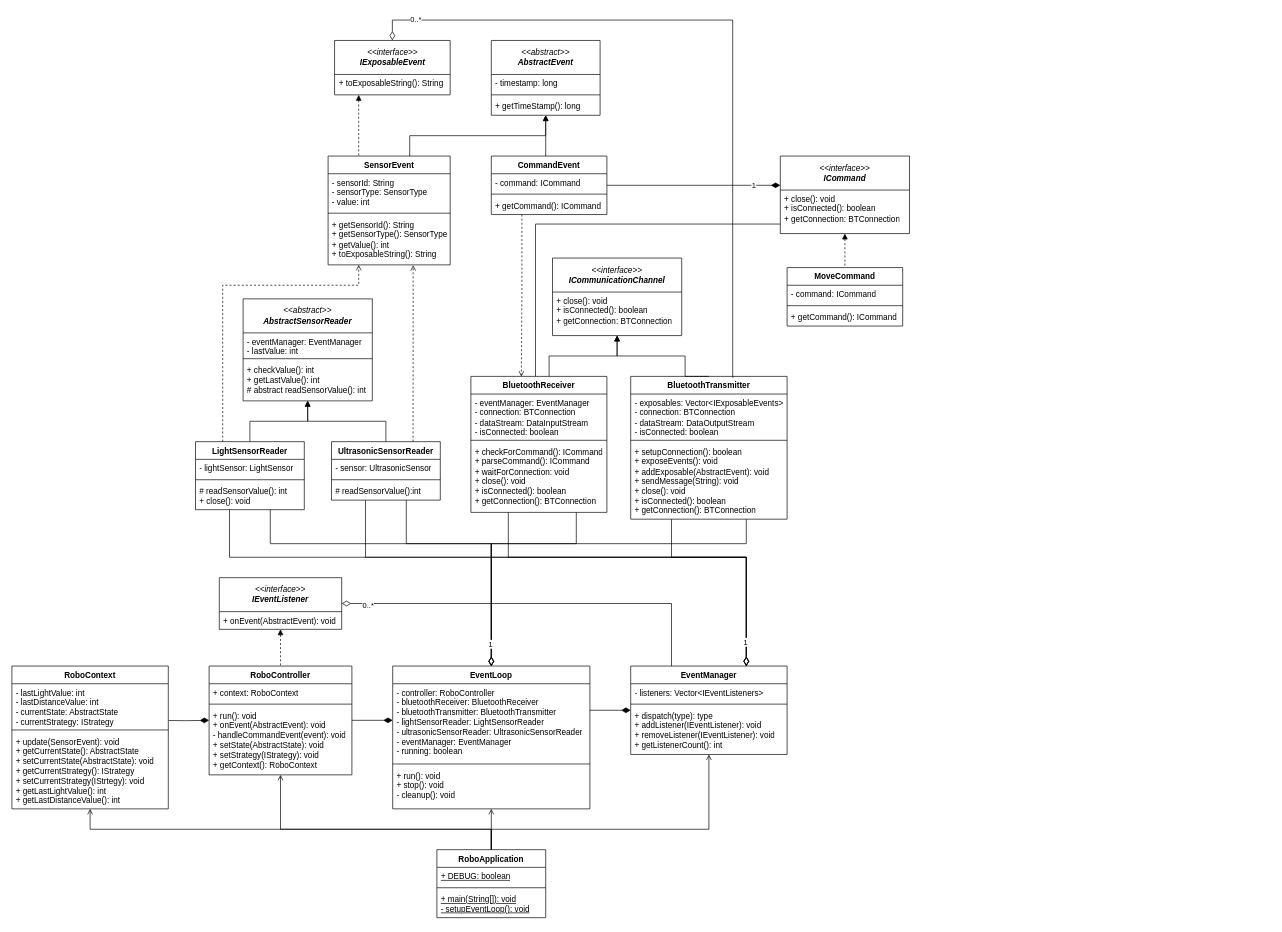
This is assets/diagrams/class-diagram/core-class-diagram.drawio.xml from fh-dualies/lejos-nxj-autonomous-robot, a draw.io file, before an edit. Source tidied: cells renumbered, new cells numbered last; positions are measured from the earlier drawing's top-left corner, leaving out a move shared by most shapes. Both pictures are drawn from the tidied source at 68%, with x=0, y=0 at pixel (12, 20).
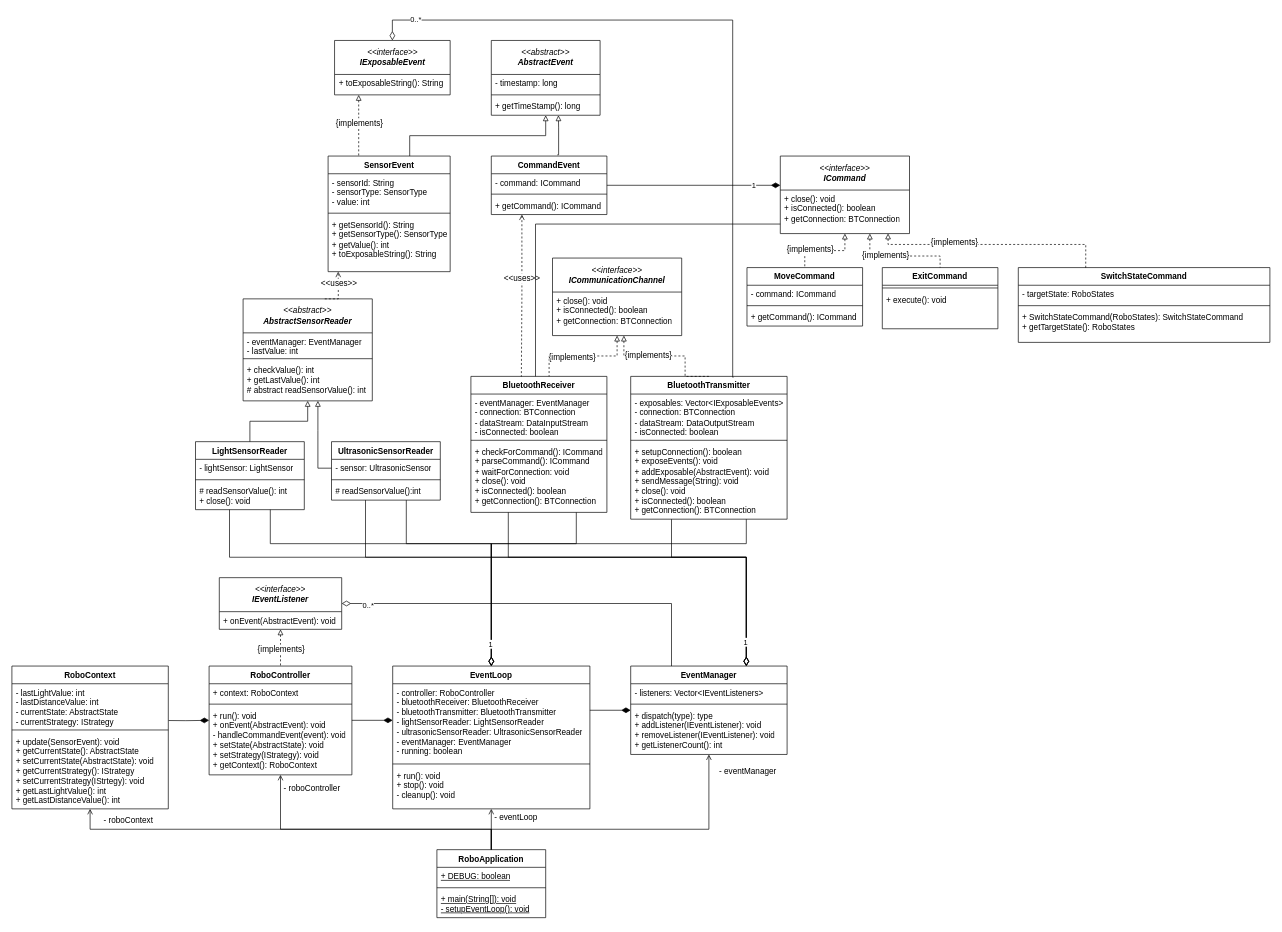
The same page after the edit.

Commit message:
refactor: adjustments to core class diagram

The change refers to these unchanged cells:
```xml
<mxCell id="7" style="edgeStyle=orthogonalEdgeStyle;rounded=0;jettySize=auto;html=1;endArrow=none;startFill=0;endFill=0;startArrow=open;" parent="1" edge="1" source="8" target="2">
  <mxGeometry relative="1" as="geometry" />
</mxCell>
<mxCell id="13" style="edgeStyle=orthogonalEdgeStyle;rounded=0;jettySize=auto;html=1;endArrow=none;startFill=0;endFill=0;startArrow=open;" parent="1" edge="1" source="16" target="2">
  <mxGeometry relative="1" as="geometry">
    <Array as="points">
      <mxPoint x="1025" y="1190" />
      <mxPoint x="705" y="1190" />
    </Array>
  </mxGeometry>
</mxCell>
<mxCell id="21" value="&lt;div&gt;&lt;i style=&quot;font-weight: normal;&quot;&gt;&amp;lt;&amp;lt;interface&amp;gt;&amp;gt;&lt;/i&gt;&lt;/div&gt;&lt;i&gt;IEventListener&lt;/i&gt;" style="swimlane;fontStyle=1;align=center;verticalAlign=middle;horizontal=1;startSize=50;whiteSpace=wrap;html=1;fillColor=none;" parent="1" vertex="1">
  <mxGeometry x="305" y="820" width="180" height="76" as="geometry" />
</mxCell>
<mxCell id="24" value="&lt;div&gt;&lt;i style=&quot;font-weight: normal;&quot;&gt;&amp;lt;&amp;lt;abstract&amp;gt;&amp;gt;&lt;/i&gt;&lt;/div&gt;&lt;i&gt;AbstractEvent&lt;/i&gt;" style="swimlane;fontStyle=1;align=center;verticalAlign=middle;horizontal=1;startSize=50;whiteSpace=wrap;html=1;fillColor=none;" parent="1" vertex="1">
  <mxGeometry x="705" y="30" width="160" height="110" as="geometry" />
</mxCell>
<mxCell id="27" value="+ getTimeStamp(): long" style="text;strokeColor=none;fillColor=none;align=left;verticalAlign=top;spacingLeft=4;spacingRight=4;overflow=hidden;points=[[0,0.5],[1,0.5]];portConstraint=eastwest;whiteSpace=wrap;html=1;" parent="24" vertex="1">
  <mxGeometry y="84" width="160" height="26" as="geometry" />
</mxCell>
<mxCell id="33" value="CommandEvent" style="swimlane;fontStyle=1;align=center;verticalAlign=top;horizontal=1;startSize=26;whiteSpace=wrap;html=1;fillColor=none;" parent="1" vertex="1">
  <mxGeometry x="705" y="200" width="170" height="86" as="geometry" />
</mxCell>
<mxCell id="37" style="edgeStyle=orthogonalEdgeStyle;rounded=0;jettySize=auto;html=1;entryX=0.5;entryY=0;entryDx=0;entryDy=0;endArrow=none;startFill=0;endFill=0;startArrow=open;" parent="1" edge="1" source="38" target="2">
  <mxGeometry relative="1" as="geometry">
    <Array as="points">
      <mxPoint x="395" y="1190" />
      <mxPoint x="705" y="1190" />
    </Array>
  </mxGeometry>
</mxCell>
<mxCell id="38" value="RoboController" style="swimlane;fontStyle=1;align=center;verticalAlign=top;horizontal=1;startSize=26;whiteSpace=wrap;html=1;fillColor=none;" parent="1" vertex="1">
  <mxGeometry x="290" y="950" width="210" height="160" as="geometry" />
</mxCell>
<mxCell id="43" value="&lt;div&gt;&lt;i style=&quot;font-weight: normal;&quot;&gt;&amp;lt;&amp;lt;abstract&amp;gt;&amp;gt;&lt;/i&gt;&lt;/div&gt;&lt;i&gt;AbstractSensorReader&lt;/i&gt;" style="swimlane;fontStyle=1;align=center;verticalAlign=middle;horizontal=1;startSize=50;whiteSpace=wrap;html=1;fillColor=none;" parent="1" vertex="1">
  <mxGeometry x="340" y="410" width="190" height="150" as="geometry" />
</mxCell>
<mxCell id="49" value="LightSensorReader" style="swimlane;fontStyle=1;align=center;verticalAlign=top;horizontal=1;startSize=26;whiteSpace=wrap;html=1;fillColor=none;" parent="1" vertex="1">
  <mxGeometry x="270" y="620" width="160" height="100" as="geometry" />
</mxCell>
<mxCell id="57" value="UltrasonicSensorReader" style="swimlane;fontStyle=1;align=center;verticalAlign=top;horizontal=1;startSize=26;whiteSpace=wrap;html=1;fillColor=none;" parent="1" vertex="1">
  <mxGeometry x="470" y="620" width="160" height="86" as="geometry" />
</mxCell>
<mxCell id="58" value="- sensor: UltrasonicSensor" style="text;strokeColor=none;fillColor=none;align=left;verticalAlign=top;spacingLeft=4;spacingRight=4;overflow=hidden;points=[[0,0.5],[1,0.5]];portConstraint=eastwest;whiteSpace=wrap;html=1;" parent="57" vertex="1">
  <mxGeometry y="26" width="160" height="26" as="geometry" />
</mxCell>
<mxCell id="61" style="edgeStyle=orthogonalEdgeStyle;rounded=0;jettySize=auto;html=1;endArrow=none;startFill=0;endFill=0;startArrow=open;" parent="1" edge="1" source="62" target="2">
  <mxGeometry relative="1" as="geometry">
    <Array as="points">
      <mxPoint x="115" y="1190" />
      <mxPoint x="705" y="1190" />
    </Array>
  </mxGeometry>
</mxCell>
<mxCell id="67" value="&lt;div&gt;&lt;i style=&quot;font-weight: normal;&quot;&gt;&amp;lt;&amp;lt;interface&amp;gt;&amp;gt;&lt;/i&gt;&lt;/div&gt;&lt;i&gt;IExposableEvent&lt;/i&gt;" style="swimlane;fontStyle=1;align=center;verticalAlign=middle;horizontal=1;startSize=50;whiteSpace=wrap;html=1;fillColor=none;" parent="1" vertex="1">
  <mxGeometry x="474.5" y="30" width="170" height="80" as="geometry" />
</mxCell>
<mxCell id="71" value="&lt;div&gt;&lt;span style=&quot;font-weight: normal;&quot;&gt;&lt;i&gt;&amp;lt;&amp;lt;interface&amp;gt;&amp;gt;&lt;/i&gt;&lt;/span&gt;&lt;/div&gt;&lt;i&gt;ICommunicationChannel&lt;/i&gt;" style="swimlane;fontStyle=1;align=center;verticalAlign=middle;horizontal=1;startSize=50;whiteSpace=wrap;html=1;fillColor=none;" parent="1" vertex="1">
  <mxGeometry x="795" y="350" width="190" height="114" as="geometry" />
</mxCell>
<mxCell id="75" value="BluetoothReceiver" style="swimlane;fontStyle=1;align=center;verticalAlign=top;horizontal=1;startSize=26;whiteSpace=wrap;html=1;fillColor=none;" parent="1" vertex="1">
  <mxGeometry x="675" y="524" width="200" height="200" as="geometry" />
</mxCell>
<mxCell id="85" value="BluetoothTransmitter" style="swimlane;fontStyle=1;align=center;verticalAlign=top;horizontal=1;startSize=26;whiteSpace=wrap;html=1;fillColor=none;" parent="1" vertex="1">
  <mxGeometry x="910" y="524" width="230" height="210" as="geometry" />
</mxCell>
<mxCell id="93" value="&lt;div&gt;&lt;span style=&quot;font-weight: normal;&quot;&gt;&lt;i&gt;&amp;lt;&amp;lt;interface&amp;gt;&amp;gt;&lt;/i&gt;&lt;/span&gt;&lt;/div&gt;&lt;i&gt;ICommand&lt;/i&gt;" style="swimlane;fontStyle=1;align=center;verticalAlign=middle;horizontal=1;startSize=50;whiteSpace=wrap;html=1;fillColor=none;" parent="1" vertex="1">
  <mxGeometry x="1130" y="200" width="190" height="114" as="geometry" />
</mxCell>
<mxCell id="94" value="+ close(): void&lt;div&gt;+ isConnected(): boolean&lt;/div&gt;&lt;div&gt;+ getConnection: BTConnection&lt;/div&gt;" style="text;strokeColor=none;fillColor=none;align=left;verticalAlign=top;spacingLeft=4;spacingRight=4;overflow=hidden;points=[[0,0.5],[1,0.5]];portConstraint=eastwest;whiteSpace=wrap;html=1;" parent="93" vertex="1">
  <mxGeometry y="50" width="190" height="64" as="geometry" />
</mxCell>
```

Diff of the diagram source:
```diff
@@
+    <mxCell id="102" value="- eventLoop" style="edgeLabel;html=1;align=center;verticalAlign=middle;fontSize=12;" parent="7" vertex="1">
+      <mxGeometry x="-0.6" relative="1" as="geometry">
+        <mxPoint x="35" as="offset" />
+      </mxGeometry>
+    </mxCell>
@@
+    <mxCell id="103" value="- eventManager" style="edgeLabel;html=1;align=center;verticalAlign=middle;fontSize=12;" parent="13" vertex="1">
+      <mxGeometry x="-0.93" y="1" relative="1" as="geometry">
+        <mxPoint x="55" y="8" as="offset" />
+      </mxGeometry>
+    </mxCell>
@@
-    <mxCell id="20" style="edgeStyle=orthogonalEdgeStyle;rounded=0;jettySize=auto;html=1;endArrow=none;startFill=1;startArrow=block;dashed=1;" parent="1" edge="1" source="21" target="38">
+    <mxCell id="20" style="edgeStyle=orthogonalEdgeStyle;rounded=0;jettySize=auto;html=1;endArrow=none;startFill=0;startArrow=block;dashed=1;" parent="1" edge="1" source="21" target="38">
       <mxGeometry relative="1" as="geometry" />
     </mxCell>
+    <mxCell id="104" value="{implements}" style="edgeLabel;html=1;align=center;verticalAlign=middle;fontSize=12;" parent="20" vertex="1">
+      <mxGeometry x="0.09" relative="1" as="geometry" />
+    </mxCell>
@@
-    <mxCell id="23" style="edgeStyle=orthogonalEdgeStyle;rounded=0;jettySize=auto;html=1;endArrow=none;startFill=1;startArrow=block;" parent="1" edge="1" source="24" target="28">
+    <mxCell id="23" style="edgeStyle=orthogonalEdgeStyle;rounded=0;jettySize=auto;html=1;endArrow=none;startFill=0;startArrow=block;" parent="1" edge="1" source="24" target="28">
       <mxGeometry relative="1" as="geometry">
         <Array as="points">
           <mxPoint x="785" y="170" />
           <mxPoint x="585" y="170" />
         </Array>
       </mxGeometry>
     </mxCell>
@@
     <mxCell id="28" value="SensorEvent" style="swimlane;fontStyle=1;align=center;verticalAlign=top;horizontal=1;startSize=26;whiteSpace=wrap;html=1;fillColor=none;" parent="1" vertex="1">
-      <mxGeometry x="465" y="200" width="179.5" height="160" as="geometry" />
+      <mxGeometry x="465" y="200" width="179.5" height="170" as="geometry" />
     </mxCell>
@@
     <mxCell id="31" value="+ getSensorId(): String&lt;div&gt;+ getSensorType(): SensorType&lt;/div&gt;&lt;div&gt;+ getValue(): int&lt;/div&gt;&lt;div&gt;+ toExposableString(): String&lt;/div&gt;" style="text;strokeColor=none;fillColor=none;align=left;verticalAlign=top;spacingLeft=4;spacingRight=4;overflow=hidden;points=[[0,0.5],[1,0.5]];portConstraint=eastwest;whiteSpace=wrap;html=1;" parent="28" vertex="1">
-      <mxGeometry y="88" width="179.5" height="72" as="geometry" />
+      <mxGeometry y="88" width="179.5" height="82" as="geometry" />
     </mxCell>
-    <mxCell id="32" style="edgeStyle=orthogonalEdgeStyle;rounded=0;jettySize=auto;html=1;entryX=0.371;entryY=0.002;entryDx=0;entryDy=0;endArrow=open;startFill=0;dashed=1;entryPerimeter=0;endFill=0;" parent="1" edge="1" source="33" target="75">
+    <mxCell id="32" style="edgeStyle=orthogonalEdgeStyle;rounded=0;jettySize=auto;html=1;entryX=0.371;entryY=0.002;entryDx=0;entryDy=0;endArrow=none;startFill=0;dashed=1;entryPerimeter=0;endFill=0;startArrow=open;" parent="1" edge="1" source="33" target="75">
       <mxGeometry relative="1" as="geometry">
         <Array as="points">
           <mxPoint x="750" y="405" />
           <mxPoint x="749" y="405" />
         </Array>
       </mxGeometry>
     </mxCell>
+    <mxCell id="105" value="&amp;lt;&amp;lt;uses&amp;gt;&amp;gt;" style="edgeLabel;html=1;align=center;verticalAlign=middle;fontSize=12;" parent="32" vertex="1">
+      <mxGeometry x="-0.22" y="-1" relative="1" as="geometry" />
+    </mxCell>
@@
+    <mxCell id="106" value="- roboController" style="edgeLabel;html=1;align=center;verticalAlign=middle;fontSize=12;" parent="37" vertex="1">
+      <mxGeometry x="-0.94" y="-2" relative="1" as="geometry">
+        <mxPoint x="47" y="6" as="offset" />
+      </mxGeometry>
+    </mxCell>
@@
-    <mxCell id="42" style="edgeStyle=orthogonalEdgeStyle;rounded=0;jettySize=auto;html=1;entryX=0.5;entryY=0;entryDx=0;entryDy=0;endArrow=none;startFill=1;startArrow=block;" parent="1" edge="1" source="43" target="49">
+    <mxCell id="42" style="edgeStyle=orthogonalEdgeStyle;rounded=0;jettySize=auto;html=1;entryX=0.5;entryY=0;entryDx=0;entryDy=0;endArrow=none;startFill=0;startArrow=block;" parent="1" edge="1" source="43" target="49">
       <mxGeometry relative="1" as="geometry" />
     </mxCell>
@@
-    <mxCell id="53" style="edgeStyle=orthogonalEdgeStyle;rounded=0;jettySize=auto;html=1;entryX=0.5;entryY=1;entryDx=0;entryDy=0;" parent="1" edge="1" source="57" target="43">
-      <mxGeometry relative="1" as="geometry" />
+    <mxCell id="53" style="edgeStyle=orthogonalEdgeStyle;rounded=0;jettySize=auto;html=1;endArrow=block;endFill=0;exitX=0;exitY=0.5;exitDx=0;exitDy=0;" parent="1" edge="1" source="58">
+      <mxGeometry relative="1" as="geometry">
+        <mxPoint x="450" y="560" as="targetPoint" />
+      </mxGeometry>
     </mxCell>
-    <mxCell id="54" style="edgeStyle=orthogonalEdgeStyle;rounded=0;jettySize=auto;html=1;entryX=0.697;entryY=1.006;entryDx=0;entryDy=0;entryPerimeter=0;endArrow=open;startFill=0;dashed=1;endFill=0;" parent="1" edge="1" source="57" target="31">
-      <mxGeometry relative="1" as="geometry">
-        <Array as="points">
-          <mxPoint x="590" y="570" />
-          <mxPoint x="590" y="570" />
-        </Array>
-      </mxGeometry>
-    </mxCell>
@@
+    <mxCell id="107" value="- roboContext" style="edgeLabel;html=1;align=center;verticalAlign=middle;fontSize=12;" parent="61" vertex="1">
+      <mxGeometry x="-0.95" y="-2" relative="1" as="geometry">
+        <mxPoint x="57" as="offset" />
+      </mxGeometry>
+    </mxCell>
@@
-    <mxCell id="66" style="edgeStyle=orthogonalEdgeStyle;rounded=0;jettySize=auto;html=1;endArrow=none;startFill=1;startArrow=block;dashed=1;" parent="1" edge="1" source="67" target="28">
+    <mxCell id="66" style="edgeStyle=orthogonalEdgeStyle;rounded=0;jettySize=auto;html=1;endArrow=none;startFill=0;startArrow=block;dashed=1;" parent="1" edge="1" source="67" target="28">
       <mxGeometry relative="1" as="geometry">
         <Array as="points">
           <mxPoint x="510" y="160" />
           <mxPoint x="510" y="160" />
         </Array>
       </mxGeometry>
     </mxCell>
+    <mxCell id="108" value="{implements}" style="edgeLabel;html=1;align=center;verticalAlign=middle;fontSize=12;" parent="66" vertex="1">
+      <mxGeometry x="-0.1" relative="1" as="geometry" />
+    </mxCell>
@@
-    <mxCell id="69" style="edgeStyle=orthogonalEdgeStyle;rounded=0;jettySize=auto;html=1;endArrow=none;startFill=1;startArrow=block;" parent="1" edge="1" source="71" target="75">
+    <mxCell id="69" style="edgeStyle=orthogonalEdgeStyle;rounded=0;jettySize=auto;html=1;endArrow=none;startFill=0;startArrow=block;dashed=1;" parent="1" edge="1" source="71" target="75">
       <mxGeometry relative="1" as="geometry">
         <Array as="points">
           <mxPoint x="890" y="494" />
           <mxPoint x="790" y="494" />
         </Array>
       </mxGeometry>
     </mxCell>
+    <mxCell id="109" value="{implements}" style="edgeLabel;html=1;align=center;verticalAlign=middle;fontSize=12;" parent="69" vertex="1">
+      <mxGeometry x="0.21" y="1" relative="1" as="geometry" />
+    </mxCell>
-    <mxCell id="70" style="edgeStyle=orthogonalEdgeStyle;rounded=0;jettySize=auto;html=1;entryX=0.5;entryY=0;entryDx=0;entryDy=0;endArrow=none;startFill=1;startArrow=block;" parent="1" edge="1" source="71" target="85">
+    <mxCell id="70" style="edgeStyle=orthogonalEdgeStyle;rounded=0;jettySize=auto;html=1;entryX=0.5;entryY=0;entryDx=0;entryDy=0;endArrow=none;startFill=0;startArrow=block;dashed=1;" parent="1" edge="1" source="71" target="85">
       <mxGeometry relative="1" as="geometry">
         <Array as="points">
-          <mxPoint x="890" y="494" />
+          <mxPoint x="900" y="494" />
           <mxPoint x="990" y="494" />
+          <mxPoint x="990" y="524" />
         </Array>
       </mxGeometry>
     </mxCell>
+    <mxCell id="110" value="{implements}" style="edgeLabel;html=1;align=center;verticalAlign=middle;fontSize=12;" parent="70" vertex="1">
+      <mxGeometry x="-0.3" y="2" relative="1" as="geometry" />
+    </mxCell>
@@
-    <mxCell id="90" style="edgeStyle=orthogonalEdgeStyle;rounded=0;jettySize=auto;html=1;dashed=1;endArrow=open;startFill=0;endFill=0;" parent="1" edge="1" source="49">
-      <mxGeometry relative="1" as="geometry">
-        <mxPoint x="510" y="360" as="targetPoint" />
-        <Array as="points">
-          <mxPoint x="310" y="390" />
-          <mxPoint x="510" y="390" />
-        </Array>
-      </mxGeometry>
-    </mxCell>
-    <mxCell id="91" style="edgeStyle=orthogonalEdgeStyle;rounded=0;jettySize=auto;html=1;entryX=0.5;entryY=1;entryDx=0;entryDy=0;entryPerimeter=0;" parent="1" edge="1" source="33" target="27">
+    <mxCell id="91" style="edgeStyle=orthogonalEdgeStyle;rounded=0;orthogonalLoop=1;jettySize=auto;html=1;entryX=0.617;entryY=1.054;entryDx=0;entryDy=0;entryPerimeter=0;endArrow=block;endFill=0;exitX=0.571;exitY=-0.005;exitDx=0;exitDy=0;exitPerimeter=0;" parent="1" edge="1">
       <mxGeometry relative="1" as="geometry">
+        <mxPoint x="802.1" y="198.2" as="sourcePoint" />
+        <mxPoint x="803.7" y="140" as="targetPoint" />
         <Array as="points">
-          <mxPoint x="785" y="180" />
-          <mxPoint x="785" y="180" />
+          <mxPoint x="804" y="198.6" />
+          <mxPoint x="804" y="158.6" />
+          <mxPoint x="804" y="158.6" />
         </Array>
       </mxGeometry>
     </mxCell>
-    <mxCell id="92" style="edgeStyle=orthogonalEdgeStyle;rounded=0;jettySize=auto;html=1;entryX=0.5;entryY=0;entryDx=0;entryDy=0;endArrow=none;startFill=1;startArrow=block;dashed=1;" parent="1" edge="1" source="93" target="95">
+    <mxCell id="92" style="edgeStyle=orthogonalEdgeStyle;rounded=0;jettySize=auto;html=1;entryX=0.5;entryY=0;entryDx=0;entryDy=0;endArrow=none;startFill=0;startArrow=block;dashed=1;" parent="1" edge="1" source="93" target="95">
       <mxGeometry relative="1" as="geometry" />
     </mxCell>
+    <mxCell id="111" value="{implements}" style="edgeLabel;html=1;align=center;verticalAlign=middle;fontSize=12;" parent="92" vertex="1">
+      <mxGeometry x="0.42" y="-2" relative="1" as="geometry" />
+    </mxCell>
@@
     <mxCell id="95" value="MoveCommand" style="swimlane;fontStyle=1;align=center;verticalAlign=top;horizontal=1;startSize=26;whiteSpace=wrap;html=1;fillColor=none;" parent="1" vertex="1">
-      <mxGeometry x="1140" y="364" width="170" height="86" as="geometry" />
+      <mxGeometry x="1081" y="364" width="170" height="86" as="geometry" />
     </mxCell>
@@
+    <mxCell id="112" value="ExitCommand" style="swimlane;fontStyle=1;align=center;verticalAlign=top;horizontal=1;startSize=26;whiteSpace=wrap;html=1;fillColor=none;" parent="1" vertex="1">
+      <mxGeometry x="1280" y="364" width="170" height="90" as="geometry" />
+    </mxCell>
+    <mxCell id="113" style="line;strokeWidth=1;fillColor=none;align=left;verticalAlign=middle;spacingTop=-1;spacingLeft=3;spacingRight=3;labelPosition=right;strokeColor=inherit;" parent="112" vertex="1">
+      <mxGeometry y="26" width="170" height="8" as="geometry" />
+    </mxCell>
+    <mxCell id="114" value="+ execute(): void" style="text;strokeColor=none;fillColor=none;align=left;verticalAlign=top;spacingLeft=4;spacingRight=4;overflow=hidden;whiteSpace=wrap;html=1;" parent="112" vertex="1">
+      <mxGeometry y="34" width="170" height="56" as="geometry" />
+    </mxCell>
+    <mxCell id="115" style="edgeStyle=orthogonalEdgeStyle;rounded=0;jettySize=auto;html=1;entryX=0.5;entryY=0;entryDx=0;entryDy=0;endArrow=none;startFill=0;startArrow=block;dashed=1;exitX=0.693;exitY=1.047;exitDx=0;exitDy=0;exitPerimeter=0;" parent="1" edge="1" target="112">
+      <mxGeometry relative="1" as="geometry">
+        <mxPoint x="1261.7" y="314" as="sourcePoint" />
+        <Array as="points">
+          <mxPoint x="1262" y="347" />
+          <mxPoint x="1365" y="347" />
+        </Array>
+      </mxGeometry>
+    </mxCell>
+    <mxCell id="116" value="{implements}" style="edgeLabel;html=1;align=center;verticalAlign=middle;fontSize=12;" parent="115" vertex="1">
+      <mxGeometry x="-0.27" y="1" relative="1" as="geometry" />
+    </mxCell>
+    <mxCell id="117" value="SwitchStateCommand" style="swimlane;fontStyle=1;align=center;verticalAlign=top;horizontal=1;startSize=26;whiteSpace=wrap;html=1;fillColor=none;" parent="1" vertex="1">
+      <mxGeometry x="1480" y="364" width="370" height="110" as="geometry" />
+    </mxCell>
+    <mxCell id="118" value="- targetState: RoboStates" style="text;strokeColor=none;fillColor=none;align=left;verticalAlign=top;spacingLeft=4;spacingRight=4;overflow=hidden;whiteSpace=wrap;html=1;" parent="117" vertex="1">
+      <mxGeometry y="26" width="370" height="26" as="geometry" />
+    </mxCell>
+    <mxCell id="119" style="line;strokeWidth=1;fillColor=none;align=left;verticalAlign=middle;spacingTop=-1;spacingLeft=3;spacingRight=3;labelPosition=right;strokeColor=inherit;" parent="117" vertex="1">
+      <mxGeometry y="52" width="370" height="8" as="geometry" />
+    </mxCell>
+    <mxCell id="120" value="+ SwitchStateCommand(RoboStates): SwitchStateCommand&lt;div&gt;+ getTargetState(): RoboStates&lt;/div&gt;" style="text;strokeColor=none;fillColor=none;align=left;verticalAlign=top;spacingLeft=4;spacingRight=4;overflow=hidden;whiteSpace=wrap;html=1;" parent="117" vertex="1">
+      <mxGeometry y="60" width="370" height="50" as="geometry" />
+    </mxCell>
+    <mxCell id="121" style="edgeStyle=orthogonalEdgeStyle;rounded=0;jettySize=auto;html=1;endArrow=none;startFill=0;startArrow=block;dashed=1;exitX=0.834;exitY=0.997;exitDx=0;exitDy=0;exitPerimeter=0;entryX=0.268;entryY=0.005;entryDx=0;entryDy=0;entryPerimeter=0;" parent="1" edge="1" source="94" target="117">
+      <mxGeometry relative="1" as="geometry">
+        <Array as="points">
+          <mxPoint x="1289" y="330" />
+          <mxPoint x="1579" y="330" />
+        </Array>
+      </mxGeometry>
+    </mxCell>
+    <mxCell id="122" value="{implements}" style="edgeLabel;html=1;align=center;verticalAlign=middle;fontSize=12;" parent="121" vertex="1">
+      <mxGeometry x="-0.34" y="3" relative="1" as="geometry" />
+    </mxCell>
+    <mxCell id="123" style="edgeStyle=orthogonalEdgeStyle;rounded=0;jettySize=auto;html=1;endArrow=open;endFill=0;exitX=0.632;exitY=0;exitDx=0;exitDy=0;exitPerimeter=0;entryX=0.083;entryY=1;entryDx=0;entryDy=0;entryPerimeter=0;dashed=1;" parent="1" edge="1" source="43" target="31">
+      <mxGeometry relative="1" as="geometry">
+        <Array as="points">
+          <mxPoint x="480" y="410" />
+          <mxPoint x="480" y="390" />
+        </Array>
+      </mxGeometry>
+    </mxCell>
+    <mxCell id="124" value="&amp;lt;&amp;lt;uses&amp;gt;&amp;gt;" style="edgeLabel;html=1;align=center;verticalAlign=middle;fontSize=12;" parent="123" vertex="1">
+      <mxGeometry x="0.39" y="-1" relative="1" as="geometry" />
+    </mxCell>
```
